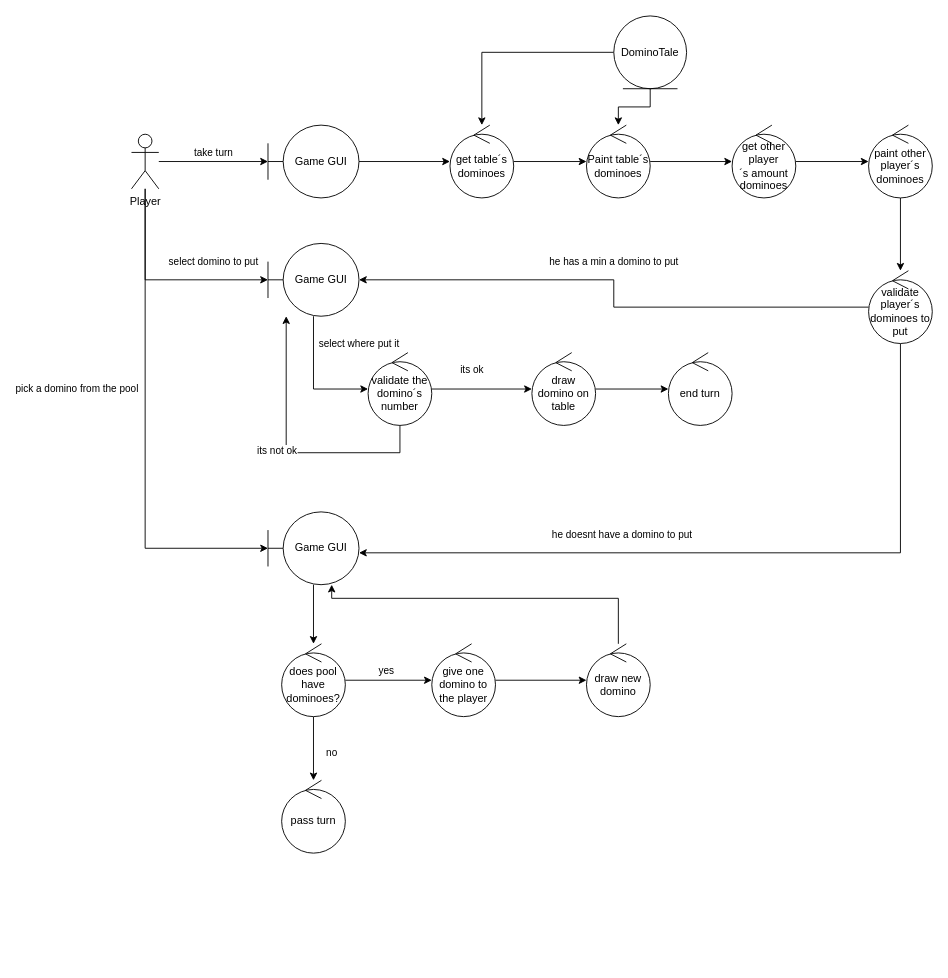
Above: diagrams/Robustez/EjercerTurno.drawio in SilverFlin/DominosPizza (draw.io), before the change. Source tidied: cells renumbered, new cells numbered last; positions are measured from the earlier drawing's top-left corner, leaving out a move shared by most shapes. Both pictures are drawn from the tidied source at 91%, with x=0, y=0 at pixel (131, 15).
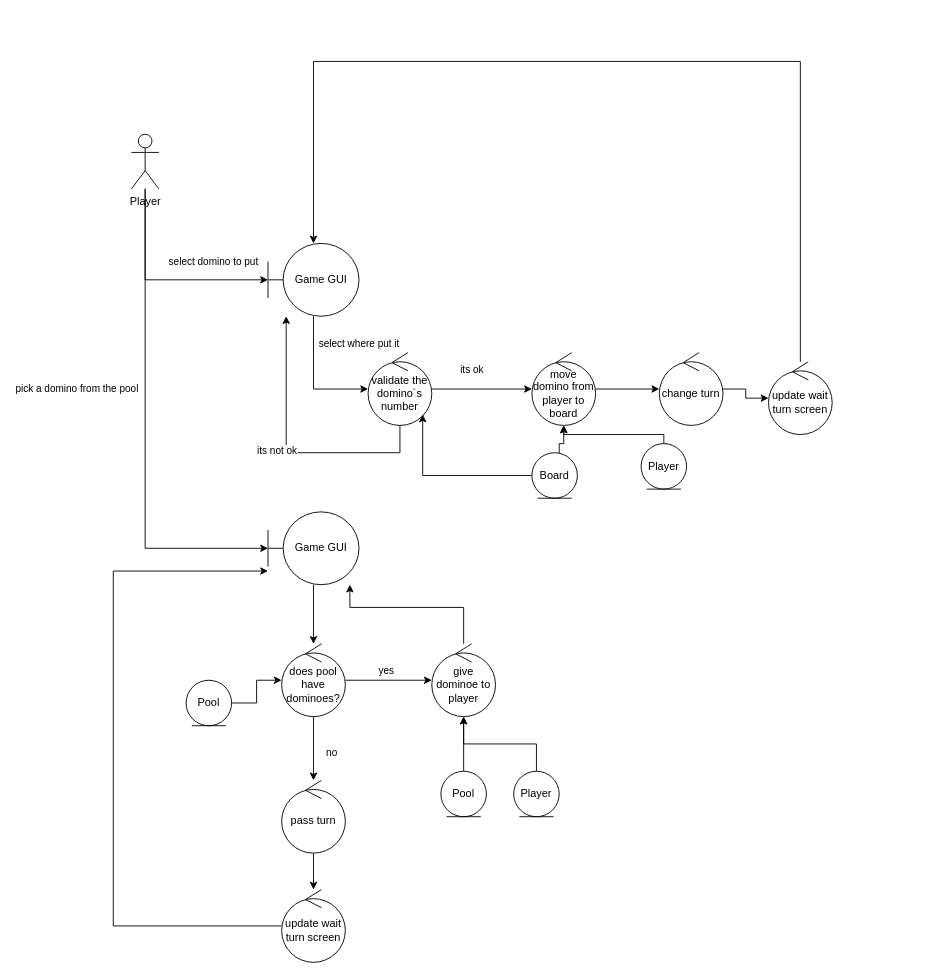
After the change.

Commit message:
docs: modificacion de ejercerturno diagram

Unchanged cells that the change refers to:
```xml
<mxCell id="5" value="Player" style="shape=umlActor;verticalLabelPosition=bottom;verticalAlign=top;html=1;" parent="1" vertex="1">
  <mxGeometry y="130" width="30" height="60" as="geometry" />
</mxCell>
<mxCell id="17" value="Game GUI" style="shape=umlBoundary;whiteSpace=wrap;html=1;" parent="1" vertex="1">
  <mxGeometry x="150" y="250" width="100" height="80" as="geometry" />
</mxCell>
<mxCell id="23" value="validate the domino´s number" style="ellipse;shape=umlControl;whiteSpace=wrap;html=1;" parent="1" vertex="1">
  <mxGeometry x="260" y="370" width="70" height="80" as="geometry" />
</mxCell>
<mxCell id="28" value="Game GUI" style="shape=umlBoundary;whiteSpace=wrap;html=1;" parent="1" vertex="1">
  <mxGeometry x="150" y="545" width="100" height="80" as="geometry" />
</mxCell>
<mxCell id="31" value="does pool have dominoes?" style="ellipse;shape=umlControl;whiteSpace=wrap;html=1;" parent="1" vertex="1">
  <mxGeometry x="165" y="690" width="70" height="80" as="geometry" />
</mxCell>
<mxCell id="36" value="pass turn" style="ellipse;shape=umlControl;whiteSpace=wrap;html=1;" parent="1" vertex="1">
  <mxGeometry x="165" y="840" width="70" height="80" as="geometry" />
</mxCell>
```

What changed in the source:
```diff
@@
-    <mxCell id="2" value="take turn" style="edgeStyle=orthogonalEdgeStyle;rounded=0;jettySize=auto;html=1;" parent="1" edge="1" source="5" target="7">
-      <mxGeometry y="10" relative="1" as="geometry" />
-    </mxCell>
@@
-    <mxCell id="6" style="edgeStyle=orthogonalEdgeStyle;rounded=0;jettySize=auto;html=1;" parent="1" edge="1" source="7" target="11">
-      <mxGeometry x="-0.06" y="10" relative="1" as="geometry" />
-    </mxCell>
-    <mxCell id="7" value="Game GUI" style="shape=umlBoundary;whiteSpace=wrap;html=1;" parent="1" vertex="1">
-      <mxGeometry x="150" y="120" width="100" height="80" as="geometry" />
-    </mxCell>
-    <mxCell id="8" style="edgeStyle=orthogonalEdgeStyle;rounded=0;jettySize=auto;html=1;" parent="1" edge="1" source="9" target="13">
-      <mxGeometry relative="1" as="geometry" />
-    </mxCell>
-    <mxCell id="9" value="Paint table´s dominoes" style="ellipse;shape=umlControl;whiteSpace=wrap;html=1;" parent="1" vertex="1">
-      <mxGeometry x="500" y="120" width="70" height="80" as="geometry" />
-    </mxCell>
-    <mxCell id="10" style="edgeStyle=orthogonalEdgeStyle;rounded=0;jettySize=auto;html=1;" parent="1" edge="1" source="11" target="9">
-      <mxGeometry relative="1" as="geometry" />
-    </mxCell>
-    <mxCell id="11" value="get table´s dominoes" style="ellipse;shape=umlControl;whiteSpace=wrap;html=1;" parent="1" vertex="1">
-      <mxGeometry x="350" y="120" width="70" height="80" as="geometry" />
-    </mxCell>
-    <mxCell id="12" style="edgeStyle=orthogonalEdgeStyle;rounded=0;jettySize=auto;html=1;" parent="1" edge="1" source="13" target="15">
-      <mxGeometry relative="1" as="geometry" />
-    </mxCell>
-    <mxCell id="13" value="get other player´s&amp;nbsp;amount dominoes" style="ellipse;shape=umlControl;whiteSpace=wrap;html=1;" parent="1" vertex="1">
-      <mxGeometry x="660" y="120" width="70" height="80" as="geometry" />
-    </mxCell>
-    <mxCell id="14" style="edgeStyle=orthogonalEdgeStyle;rounded=0;jettySize=auto;html=1;" parent="1" edge="1" source="15" target="20">
-      <mxGeometry relative="1" as="geometry">
-        <Array as="points">
-          <mxPoint x="845" y="310" />
-        </Array>
-      </mxGeometry>
-    </mxCell>
-    <mxCell id="15" value="paint other player´s dominoes" style="ellipse;shape=umlControl;whiteSpace=wrap;html=1;" parent="1" vertex="1">
-      <mxGeometry x="810" y="120" width="70" height="80" as="geometry" />
-    </mxCell>
@@
-    <mxCell id="18" value="he has a min a domino to put" style="edgeStyle=orthogonalEdgeStyle;rounded=0;jettySize=auto;html=1;" parent="1" edge="1" source="20" target="17">
-      <mxGeometry x="0.05" y="-20" relative="1" as="geometry">
-        <Array as="points">
-          <mxPoint x="530" y="320" />
-          <mxPoint x="530" y="290" />
-        </Array>
-      </mxGeometry>
-    </mxCell>
-    <mxCell id="19" value="he doesnt have a domino to put" style="edgeStyle=orthogonalEdgeStyle;rounded=0;jettySize=auto;html=1;" parent="1" edge="1" source="20" target="28">
-      <mxGeometry x="0.3" y="-20" relative="1" as="geometry">
-        <Array as="points">
-          <mxPoint x="845" y="590" />
-        </Array>
-      </mxGeometry>
-    </mxCell>
-    <mxCell id="20" value="validate player´s dominoes to put" style="ellipse;shape=umlControl;whiteSpace=wrap;html=1;" parent="1" vertex="1">
-      <mxGeometry x="810" y="280" width="70" height="80" as="geometry" />
-    </mxCell>
@@
-    <mxCell id="25" value="draw domino on table" style="ellipse;shape=umlControl;whiteSpace=wrap;html=1;" parent="1" vertex="1">
+    <mxCell id="25" value="move domino from player to board" style="ellipse;shape=umlControl;whiteSpace=wrap;html=1;" parent="1" vertex="1">
       <mxGeometry x="440" y="370" width="70" height="80" as="geometry" />
     </mxCell>
+    <mxCell id="40" style="edgeStyle=orthogonalEdgeStyle;rounded=0;jettySize=auto;html=1;" parent="1" edge="1" source="26" target="48">
+      <mxGeometry relative="1" as="geometry" />
+    </mxCell>
-    <mxCell id="26" value="end turn" style="ellipse;shape=umlControl;whiteSpace=wrap;html=1;" parent="1" vertex="1">
-      <mxGeometry x="590" y="370" width="70" height="80" as="geometry" />
+    <mxCell id="26" value="change turn" style="ellipse;shape=umlControl;whiteSpace=wrap;html=1;" parent="1" vertex="1">
+      <mxGeometry x="580" y="370" width="70" height="80" as="geometry" />
     </mxCell>
@@
-    <mxCell id="32" style="edgeStyle=orthogonalEdgeStyle;rounded=0;jettySize=auto;html=1;" parent="1" edge="1" source="33" target="35">
-      <mxGeometry relative="1" as="geometry" />
+    <mxCell id="32" style="edgeStyle=orthogonalEdgeStyle;rounded=0;jettySize=auto;html=1;" parent="1" edge="1" source="33" target="28">
+      <mxGeometry relative="1" as="geometry">
+        <Array as="points">
+          <mxPoint x="365" y="650" />
+          <mxPoint x="240" y="650" />
+        </Array>
+      </mxGeometry>
     </mxCell>
-    <mxCell id="33" value="give one domino to the player" style="ellipse;shape=umlControl;whiteSpace=wrap;html=1;" parent="1" vertex="1">
+    <mxCell id="33" value="give dominoe to player" style="ellipse;shape=umlControl;whiteSpace=wrap;html=1;" parent="1" vertex="1">
       <mxGeometry x="330" y="690" width="70" height="80" as="geometry" />
     </mxCell>
-    <mxCell id="34" style="edgeStyle=orthogonalEdgeStyle;rounded=0;jettySize=auto;html=1;" parent="1" edge="1" source="35" target="28">
-      <mxGeometry relative="1" as="geometry">
-        <Array as="points">
-          <mxPoint x="535" y="640" />
-          <mxPoint x="220" y="640" />
-        </Array>
-      </mxGeometry>
-    </mxCell>
-    <mxCell id="35" value="draw new domino" style="ellipse;shape=umlControl;whiteSpace=wrap;html=1;" parent="1" vertex="1">
-      <mxGeometry x="500" y="690" width="70" height="80" as="geometry" />
-    </mxCell>
+    <mxCell id="41" style="edgeStyle=orthogonalEdgeStyle;rounded=0;jettySize=auto;html=1;" parent="1" edge="1" source="36" target="52">
+      <mxGeometry relative="1" as="geometry" />
+    </mxCell>
@@
-    <mxCell id="37" style="edgeStyle=orthogonalEdgeStyle;rounded=0;jettySize=auto;html=1;" parent="1" edge="1" source="39" target="9">
-      <mxGeometry relative="1" as="geometry" />
-    </mxCell>
-    <mxCell id="38" style="edgeStyle=orthogonalEdgeStyle;rounded=0;jettySize=auto;html=1;" parent="1" edge="1" source="39" target="11">
-      <mxGeometry relative="1" as="geometry" />
-    </mxCell>
-    <mxCell id="39" value="DominoTale" style="ellipse;shape=umlEntity;whiteSpace=wrap;html=1;" parent="1" vertex="1">
-      <mxGeometry x="530" width="80" height="80" as="geometry" />
-    </mxCell>
+    <mxCell id="42" style="edgeStyle=orthogonalEdgeStyle;rounded=0;jettySize=auto;html=1;" parent="1" edge="1" source="44" target="25">
+      <mxGeometry relative="1" as="geometry">
+        <Array as="points">
+          <mxPoint x="470" y="510" />
+          <mxPoint x="470" y="470" />
+          <mxPoint x="475" y="470" />
+        </Array>
+      </mxGeometry>
+    </mxCell>
+    <mxCell id="43" style="edgeStyle=orthogonalEdgeStyle;rounded=0;jettySize=auto;html=1;" parent="1" edge="1" source="44" target="23">
+      <mxGeometry relative="1" as="geometry">
+        <Array as="points">
+          <mxPoint x="320" y="505" />
+        </Array>
+      </mxGeometry>
+    </mxCell>
+    <mxCell id="44" value="Board" style="ellipse;shape=umlEntity;whiteSpace=wrap;html=1;" parent="1" vertex="1">
+      <mxGeometry x="440" y="480" width="50" height="50" as="geometry" />
+    </mxCell>
+    <mxCell id="45" style="edgeStyle=orthogonalEdgeStyle;rounded=0;jettySize=auto;html=1;" parent="1" edge="1" source="46" target="25">
+      <mxGeometry relative="1" as="geometry">
+        <Array as="points">
+          <mxPoint x="585" y="460" />
+          <mxPoint x="475" y="460" />
+        </Array>
+      </mxGeometry>
+    </mxCell>
+    <mxCell id="46" value="Player" style="ellipse;shape=umlEntity;whiteSpace=wrap;html=1;" parent="1" vertex="1">
+      <mxGeometry x="560" y="470" width="50" height="50" as="geometry" />
+    </mxCell>
+    <mxCell id="47" style="edgeStyle=orthogonalEdgeStyle;rounded=0;jettySize=auto;html=1;" parent="1" edge="1" source="48" target="17">
+      <mxGeometry relative="1" as="geometry">
+        <Array as="points">
+          <mxPoint x="735" y="50" />
+          <mxPoint x="200" y="50" />
+        </Array>
+      </mxGeometry>
+    </mxCell>
+    <mxCell id="48" value="update wait turn screen" style="ellipse;shape=umlControl;whiteSpace=wrap;html=1;" parent="1" vertex="1">
+      <mxGeometry x="700" y="380" width="70" height="80" as="geometry" />
+    </mxCell>
+    <mxCell id="49" style="edgeStyle=orthogonalEdgeStyle;rounded=0;jettySize=auto;html=1;" parent="1" edge="1" source="50" target="31">
+      <mxGeometry relative="1" as="geometry" />
+    </mxCell>
+    <mxCell id="50" value="Pool" style="ellipse;shape=umlEntity;whiteSpace=wrap;html=1;" parent="1" vertex="1">
+      <mxGeometry x="60" y="730" width="50" height="50" as="geometry" />
+    </mxCell>
+    <mxCell id="51" style="edgeStyle=orthogonalEdgeStyle;rounded=0;jettySize=auto;html=1;" parent="1" edge="1" source="52" target="28">
+      <mxGeometry relative="1" as="geometry">
+        <Array as="points">
+          <mxPoint x="-20" y="1000" />
+          <mxPoint x="-20" y="610" />
+        </Array>
+      </mxGeometry>
+    </mxCell>
+    <mxCell id="52" value="update wait turn screen" style="ellipse;shape=umlControl;whiteSpace=wrap;html=1;" parent="1" vertex="1">
+      <mxGeometry x="165" y="960" width="70" height="80" as="geometry" />
+    </mxCell>
+    <mxCell id="53" style="edgeStyle=orthogonalEdgeStyle;rounded=0;jettySize=auto;html=1;" parent="1" edge="1" source="54" target="33">
+      <mxGeometry relative="1" as="geometry" />
+    </mxCell>
+    <mxCell id="54" value="Pool" style="ellipse;shape=umlEntity;whiteSpace=wrap;html=1;" parent="1" vertex="1">
+      <mxGeometry x="340" y="830" width="50" height="50" as="geometry" />
+    </mxCell>
+    <mxCell id="55" style="edgeStyle=orthogonalEdgeStyle;rounded=0;jettySize=auto;html=1;" parent="1" edge="1" source="56" target="33">
+      <mxGeometry relative="1" as="geometry">
+        <Array as="points">
+          <mxPoint x="445" y="800" />
+          <mxPoint x="365" y="800" />
+        </Array>
+      </mxGeometry>
+    </mxCell>
+    <mxCell id="56" value="Player" style="ellipse;shape=umlEntity;whiteSpace=wrap;html=1;" parent="1" vertex="1">
+      <mxGeometry x="420" y="830" width="50" height="50" as="geometry" />
+    </mxCell>
```
